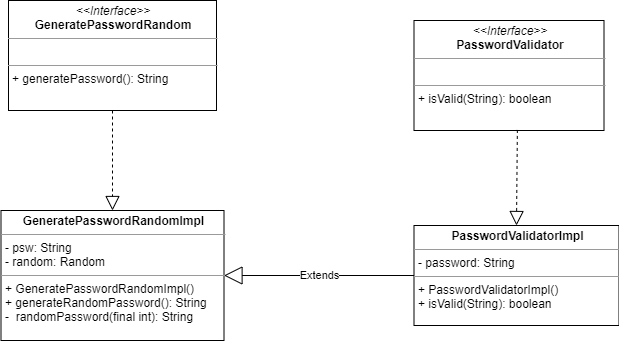
metaphori/students-oop20-di-santi-giovanni-conti-massimiliano-ercolani-francesco-cellot-davide-keepassj keeps this draw.io diagram as paper/password-generate.png. Above is the earlier version. Source tidied: cells renumbered, new cells last; positions are measured from the earlier drawing's top-left corner, leaving out a move shared by most shapes.
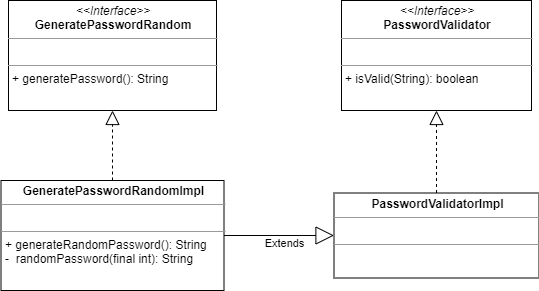
The same file after the commit.

Commit message:
Update UML password-generate

The edit, as a diff of the source:
```diff
@@ -3,25 +3,25 @@
     <mxCell id="0" />
     <mxCell id="1" parent="0" />
     <mxCell id="2" value="&lt;p style=&quot;margin: 0px ; margin-top: 4px ; text-align: center&quot;&gt;&lt;i&gt;&amp;lt;&amp;lt;Interface&amp;gt;&amp;gt;&lt;/i&gt;&lt;br&gt;&lt;b&gt;PasswordValidator&lt;/b&gt;&lt;/p&gt;&lt;hr size=&quot;1&quot;&gt;&lt;p style=&quot;margin: 0px ; margin-left: 4px&quot;&gt;&lt;br&gt;&lt;/p&gt;&lt;hr size=&quot;1&quot;&gt;&lt;p style=&quot;margin: 0px ; margin-left: 4px&quot;&gt;+ isValid(String): boolean&lt;br&gt;&lt;/p&gt;" style="verticalAlign=top;align=left;overflow=fill;fontSize=12;fontFamily=Helvetica;html=1;" parent="1" vertex="1">
-      <mxGeometry x="413.5" y="20" width="190" height="110" as="geometry" />
+      <mxGeometry x="341" width="190" height="110" as="geometry" />
     </mxCell>
-    <mxCell id="3" value="&lt;p style=&quot;margin: 0px ; margin-top: 4px ; text-align: center&quot;&gt;&lt;b&gt;PasswordValidatorImpl&lt;/b&gt;&lt;/p&gt;&lt;hr size=&quot;1&quot;&gt;&lt;p style=&quot;margin: 0px ; margin-left: 4px&quot;&gt;- password: String&lt;/p&gt;&lt;hr size=&quot;1&quot;&gt;&lt;p style=&quot;margin: 0px 0px 0px 4px&quot;&gt;+ PasswordValidatorImpl()&lt;/p&gt;&lt;p style=&quot;margin: 0px 0px 0px 4px&quot;&gt;+ isValid(String): boolean&lt;/p&gt;" style="verticalAlign=top;align=left;overflow=fill;fontSize=12;fontFamily=Helvetica;html=1;" parent="1" vertex="1">
-      <mxGeometry x="413.5" y="225" width="205" height="100" as="geometry" />
+    <mxCell id="3" value="&lt;p style=&quot;margin: 0px ; margin-top: 4px ; text-align: center&quot;&gt;&lt;b&gt;PasswordValidatorImpl&lt;/b&gt;&lt;/p&gt;&lt;hr size=&quot;1&quot;&gt;&lt;p style=&quot;margin: 0px ; margin-left: 4px&quot;&gt;&lt;br&gt;&lt;/p&gt;&lt;hr size=&quot;1&quot;&gt;&lt;p style=&quot;margin: 0px 0px 0px 4px&quot;&gt;&lt;br&gt;&lt;/p&gt;" style="verticalAlign=top;align=left;overflow=fill;fontSize=12;fontFamily=Helvetica;html=1;" parent="1" vertex="1">
+      <mxGeometry x="333.5" y="192.5" width="205" height="85" as="geometry" />
     </mxCell>
     <mxCell id="4" value="&lt;p style=&quot;margin: 0px ; margin-top: 4px ; text-align: center&quot;&gt;&lt;i&gt;&amp;lt;&amp;lt;Interface&amp;gt;&amp;gt;&lt;/i&gt;&lt;br&gt;&lt;b&gt;GeneratePasswordRandom&lt;/b&gt;&lt;/p&gt;&lt;hr size=&quot;1&quot;&gt;&lt;p style=&quot;margin: 0px ; margin-left: 4px&quot;&gt;&lt;br&gt;&lt;/p&gt;&lt;hr size=&quot;1&quot;&gt;&lt;p style=&quot;margin: 0px ; margin-left: 4px&quot;&gt;+ generatePassword(): String&lt;br&gt;&lt;/p&gt;" style="verticalAlign=top;align=left;overflow=fill;fontSize=12;fontFamily=Helvetica;html=1;" parent="1" vertex="1">
       <mxGeometry x="8" width="208" height="110" as="geometry" />
     </mxCell>
-    <mxCell id="5" value="&lt;p style=&quot;margin: 0px ; margin-top: 4px ; text-align: center&quot;&gt;&lt;b&gt;GeneratePasswordRandomImpl&lt;/b&gt;&lt;/p&gt;&lt;hr size=&quot;1&quot;&gt;&lt;p style=&quot;margin: 0px ; margin-left: 4px&quot;&gt;- psw: String&lt;/p&gt;&lt;p style=&quot;margin: 0px ; margin-left: 4px&quot;&gt;- random: Random&lt;/p&gt;&lt;hr size=&quot;1&quot;&gt;&lt;p style=&quot;margin: 0px 0px 0px 4px&quot;&gt;+ GeneratePasswordRandomImpl()&lt;/p&gt;&lt;p style=&quot;margin: 0px 0px 0px 4px&quot;&gt;+ generateRandomPassword(): String&lt;/p&gt;&lt;p style=&quot;margin: 0px 0px 0px 4px&quot;&gt;-&amp;nbsp; randomPassword(final int): String&lt;/p&gt;" style="verticalAlign=top;align=left;overflow=fill;fontSize=12;fontFamily=Helvetica;html=1;" parent="1" vertex="1">
-      <mxGeometry x="0.5" y="210" width="223" height="130" as="geometry" />
+    <mxCell id="5" value="&lt;p style=&quot;margin: 0px ; margin-top: 4px ; text-align: center&quot;&gt;&lt;b&gt;GeneratePasswordRandomImpl&lt;/b&gt;&lt;/p&gt;&lt;hr size=&quot;1&quot;&gt;&lt;p style=&quot;margin: 0px ; margin-left: 4px&quot;&gt;&lt;br&gt;&lt;/p&gt;&lt;hr size=&quot;1&quot;&gt;&lt;p style=&quot;margin: 0px 0px 0px 4px&quot;&gt;&lt;span&gt;+ generateRandomPassword(): String&lt;/span&gt;&lt;br&gt;&lt;/p&gt;&lt;p style=&quot;margin: 0px 0px 0px 4px&quot;&gt;-&amp;nbsp; randomPassword(final int): String&lt;/p&gt;" style="verticalAlign=top;align=left;overflow=fill;fontSize=12;fontFamily=Helvetica;html=1;" parent="1" vertex="1">
+      <mxGeometry x="0.5" y="180" width="223" height="110" as="geometry" />
     </mxCell>
-    <mxCell id="6" style="endArrow=block;dashed=1;endFill=0;endSize=12;html=1;exitX=0.5;exitY=1;exitDx=0;exitDy=0;entryX=0.5;entryY=0;entryDx=0;entryDy=0;" parent="1" edge="1" source="4" target="5">
-      <mxGeometry relative="1" as="geometry" />
-    </mxCell>
-    <mxCell id="7" style="endArrow=block;dashed=1;endFill=0;endSize=12;html=1;exitX=0.544;exitY=0.995;exitDx=0;exitDy=0;exitPerimeter=0;entryX=0.5;entryY=0;entryDx=0;entryDy=0;" parent="1" edge="1" source="2" target="3">
-      <mxGeometry relative="1" as="geometry" />
-    </mxCell>
+    <mxCell id="9" style="endArrow=block;dashed=1;endFill=0;endSize=12;html=1;entryX=0.5;entryY=1;entryDx=0;entryDy=0;exitX=0.5;exitY=0;exitDx=0;exitDy=0;" parent="1" edge="1" source="5" target="4">
+      <mxGeometry relative="1" as="geometry" />
+    </mxCell>
-    <mxCell id="8" value="Extends" style="endArrow=block;endSize=16;endFill=0;html=1;exitX=0;exitY=0.5;exitDx=0;exitDy=0;entryX=1;entryY=0.5;entryDx=0;entryDy=0;" parent="1" edge="1" source="3" target="5">
-      <mxGeometry relative="1" as="geometry" />
+    <mxCell id="8" value="Extends" style="endArrow=block;endSize=16;endFill=0;html=1;entryX=0;entryY=0.5;entryDx=0;entryDy=0;exitX=1;exitY=0.5;exitDx=0;exitDy=0;" parent="1" edge="1" source="5" target="3">
+      <mxGeometry x="0.1" y="-8" relative="1" as="geometry" />
     </mxCell>
+    <mxCell id="10" style="endArrow=block;dashed=1;endFill=0;endSize=12;html=1;entryX=0.5;entryY=1;entryDx=0;entryDy=0;" parent="1" edge="1" source="3" target="2">
+      <mxGeometry relative="1" as="geometry" />
+    </mxCell>
   </root>
 </mxGraphModel>
```
